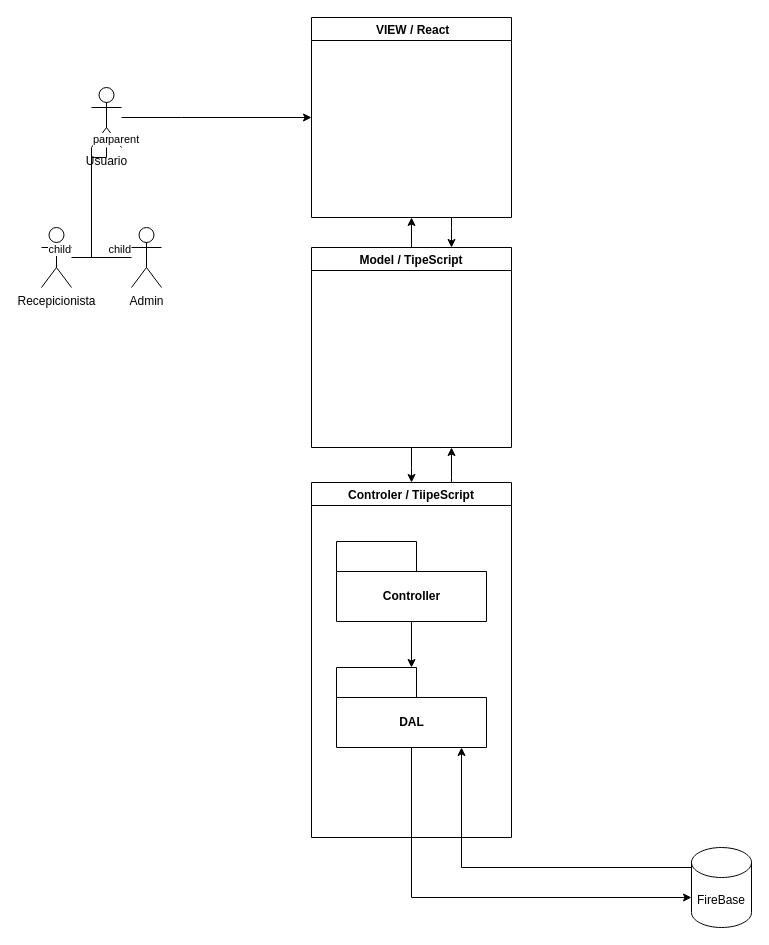
Earlier version of the draw.io diagram page "Meuchadi_Arq_Geral" (1 of 3) of uml/Untitled Diagram.drawio (dmm813/meuchade). Source tidied: cells renumbered, new cells numbered last; positions are measured from the earlier drawing's top-left corner, leaving out a move shared by most shapes. Both pictures are drawn from the tidied source at 100%, with x=0, y=0 at pixel (41, 17).
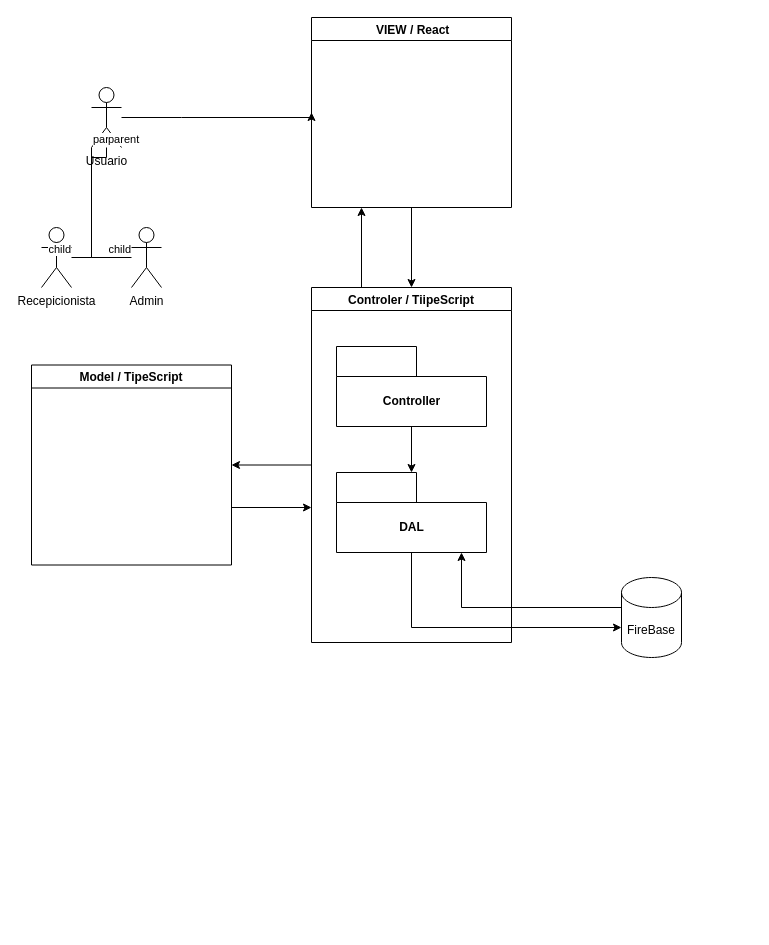
The same page after the edit.

Unchanged cells that the change refers to:
```xml
<mxCell id="12" value="DAL" style="shape=folder;fontStyle=1;tabWidth=80;tabHeight=30;tabPosition=left;html=1;boundedLbl=1;" parent="9" vertex="1">
  <mxGeometry x="25" y="185" width="150" height="80" as="geometry" />
</mxCell>
```

Change to the diagram source:
```diff
@@
-    <mxCell id="4" style="edgeStyle=orthogonalEdgeStyle;rounded=0;jettySize=auto;html=1;entryX=0.5;entryY=0;entryDx=0;entryDy=0;" parent="1" edge="1" source="6" target="9">
-      <mxGeometry relative="1" as="geometry">
-        <Array as="points">
-          <mxPoint x="370" y="450" />
-          <mxPoint x="370" y="450" />
-        </Array>
-      </mxGeometry>
-    </mxCell>
-    <mxCell id="5" style="edgeStyle=orthogonalEdgeStyle;rounded=0;jettySize=auto;html=1;entryX=0.5;entryY=1;entryDx=0;entryDy=0;" parent="1" edge="1" source="6" target="16">
-      <mxGeometry relative="1" as="geometry" />
-    </mxCell>
+    <mxCell id="25" style="edgeStyle=orthogonalEdgeStyle;rounded=0;orthogonalLoop=1;jettySize=auto;html=1;" parent="1" edge="1">
+      <mxGeometry relative="1" as="geometry">
+        <mxPoint x="190" y="490" as="sourcePoint" />
+        <mxPoint x="270" y="490" as="targetPoint" />
+      </mxGeometry>
+    </mxCell>
     <mxCell id="6" value="Model / TipeScript" style="swimlane;" parent="1" vertex="1">
-      <mxGeometry x="270" y="230" width="200" height="200" as="geometry" />
+      <mxGeometry x="-10" y="347.5" width="200" height="200" as="geometry" />
     </mxCell>
     <mxCell id="7" style="edgeStyle=orthogonalEdgeStyle;rounded=0;jettySize=auto;html=1;exitX=0.5;exitY=1;exitDx=0;exitDy=0;exitPerimeter=0;" parent="1" edge="1" source="12" target="14">
       <mxGeometry relative="1" as="geometry">
         <Array as="points">
-          <mxPoint x="370" y="880" />
+          <mxPoint x="370" y="610" />
         </Array>
       </mxGeometry>
     </mxCell>
-    <mxCell id="8" style="edgeStyle=orthogonalEdgeStyle;rounded=0;jettySize=auto;html=1;" parent="1" edge="1" source="9">
-      <mxGeometry relative="1" as="geometry">
-        <mxPoint x="410" y="430" as="targetPoint" />
-        <Array as="points">
-          <mxPoint x="410" y="460" />
-          <mxPoint x="410" y="460" />
-        </Array>
-      </mxGeometry>
-    </mxCell>
+    <mxCell id="26" style="edgeStyle=orthogonalEdgeStyle;rounded=0;jettySize=auto;html=1;exitX=0.25;exitY=0;exitDx=0;exitDy=0;entryX=0.25;entryY=1;entryDx=0;entryDy=0;" parent="1" edge="1" source="9" target="16">
+      <mxGeometry relative="1" as="geometry" />
+    </mxCell>
+    <mxCell id="27" style="edgeStyle=orthogonalEdgeStyle;rounded=0;jettySize=auto;html=1;exitX=0;exitY=0.5;exitDx=0;exitDy=0;entryX=1;entryY=0.5;entryDx=0;entryDy=0;" parent="1" edge="1" source="9" target="6">
+      <mxGeometry relative="1" as="geometry" />
+    </mxCell>
     <mxCell id="9" value="Controler / TiipeScript" style="swimlane;startSize=23;" parent="1" vertex="1">
-      <mxGeometry x="270" y="465" width="200" height="355" as="geometry" />
+      <mxGeometry x="270" y="270" width="200" height="355" as="geometry" />
     </mxCell>
@@
     <mxCell id="13" style="edgeStyle=orthogonalEdgeStyle;rounded=0;jettySize=auto;html=1;" parent="1" edge="1" source="14" target="12">
       <mxGeometry relative="1" as="geometry">
         <Array as="points">
-          <mxPoint x="420" y="850" />
+          <mxPoint x="420" y="590" />
         </Array>
       </mxGeometry>
     </mxCell>
     <mxCell id="14" value="FireBase" style="shape=cylinder3;whiteSpace=wrap;html=1;boundedLbl=1;backgroundOutline=1;size=15;" parent="1" vertex="1">
-      <mxGeometry x="650" y="830" width="60" height="80" as="geometry" />
+      <mxGeometry x="580" y="560" width="60" height="80" as="geometry" />
     </mxCell>
-    <mxCell id="15" style="edgeStyle=orthogonalEdgeStyle;rounded=0;jettySize=auto;html=1;" parent="1" edge="1" source="16" target="6">
-      <mxGeometry relative="1" as="geometry">
-        <Array as="points">
-          <mxPoint x="410" y="210" />
-          <mxPoint x="410" y="210" />
-        </Array>
-      </mxGeometry>
-    </mxCell>
+    <mxCell id="28" style="edgeStyle=orthogonalEdgeStyle;rounded=0;jettySize=auto;html=1;exitX=0.5;exitY=1;exitDx=0;exitDy=0;entryX=0.5;entryY=0;entryDx=0;entryDy=0;" parent="1" edge="1" source="16" target="9">
+      <mxGeometry relative="1" as="geometry" />
+    </mxCell>
     <mxCell id="16" value=" VIEW / React" style="swimlane;" parent="1" vertex="1">
-      <mxGeometry x="270" width="200" height="200" as="geometry" />
+      <mxGeometry x="270" width="200" height="190" as="geometry" />
     </mxCell>
```
